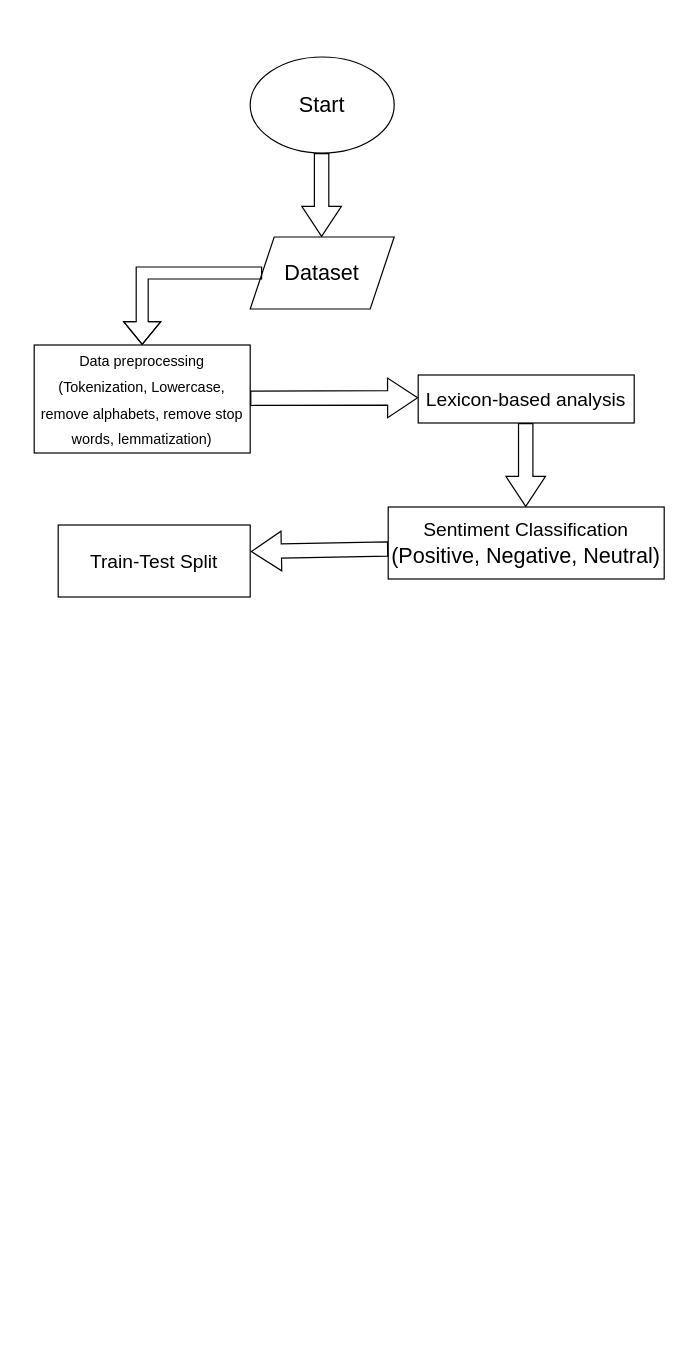
chooikeenyu/SAVED keeps this draw.io diagram as Untitled Diagram.drawio. Above is the earlier version. Source tidied: cells renumbered, new cells numbered last; positions are measured from the earlier drawing's top-left corner, leaving out a move shared by most shapes. Both pictures are drawn from the tidied source at 120%, with x=0, y=0 at pixel (34, 56).
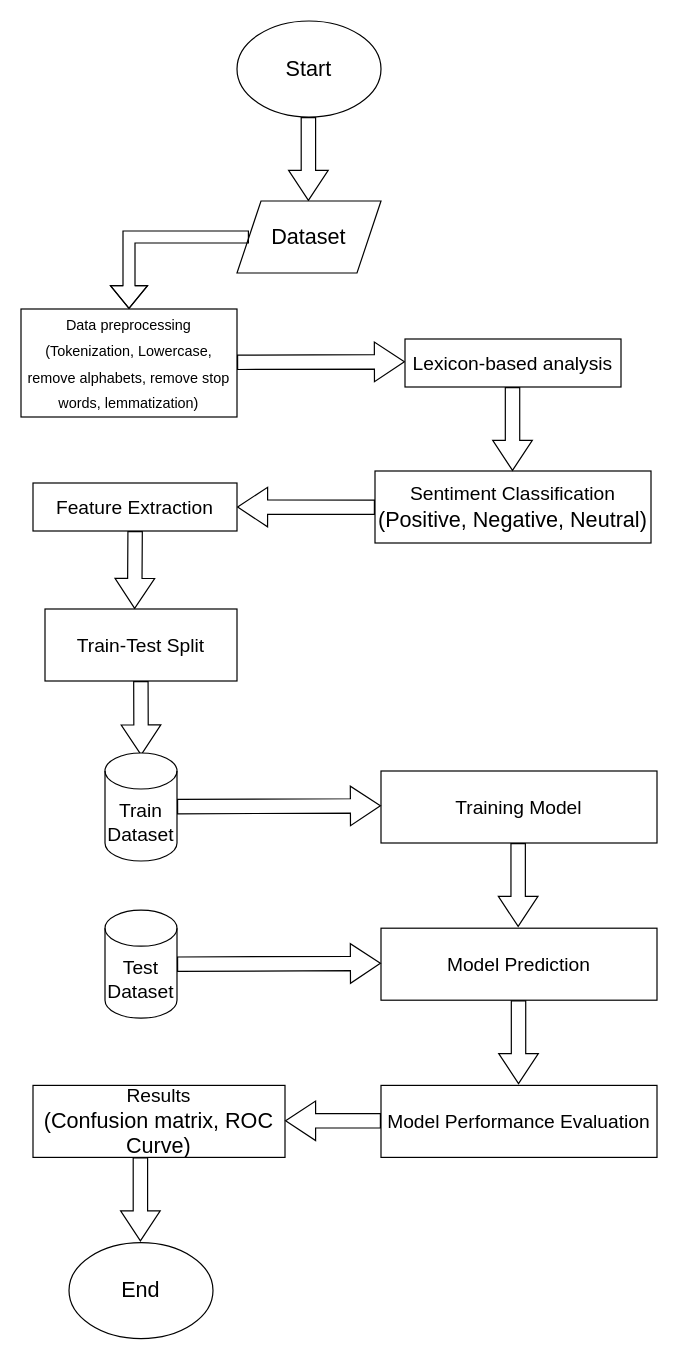
The same diagram, later.

Diff of the diagram source:
```diff
@@
+    <mxCell id="13" style="group;" parent="1" vertex="1">
+      <mxGeometry x="-11" y="-30" width="530" height="1100" as="geometry" />
+    </mxCell>
-    <mxCell id="2" value="&lt;font style=&quot;font-size: 18px&quot;&gt;Start&lt;/font&gt;" style="ellipse;whiteSpace=wrap;html=1;" parent="1" vertex="1">
+    <mxCell id="2" value="&lt;font style=&quot;font-size: 18px&quot;&gt;Start&lt;/font&gt;" style="ellipse;whiteSpace=wrap;html=1;" parent="13" vertex="1">
       <mxGeometry x="180" width="120" height="80" as="geometry" />
     </mxCell>
-    <mxCell id="3" style="shape=flexArrow;endArrow=classic;html=1;rounded=0;fontSize=18;width=12;endSize=8;" parent="1" edge="1">
+    <mxCell id="3" style="shape=flexArrow;endArrow=classic;html=1;rounded=0;fontSize=18;width=12;endSize=8;" parent="13" edge="1">
       <mxGeometry relative="1" as="geometry">
         <mxPoint x="239.5" y="80" as="sourcePoint" />
         <mxPoint x="239.5" y="150" as="targetPoint" />
       </mxGeometry>
     </mxCell>
-    <mxCell id="4" value="Dataset" style="shape=parallelogram;perimeter=parallelogramPerimeter;whiteSpace=wrap;html=1;fixedSize=1;fontSize=18;" parent="1" vertex="1">
+    <mxCell id="4" value="Dataset" style="shape=parallelogram;perimeter=parallelogramPerimeter;whiteSpace=wrap;html=1;fixedSize=1;fontSize=18;" parent="13" vertex="1">
       <mxGeometry x="180" y="150" width="120" height="60" as="geometry" />
     </mxCell>
-    <mxCell id="5" style="edgeStyle=segmentEdgeStyle;endArrow=classic;html=1;fontSize=18;rounded=0;shape=flexArrow;" parent="1" edge="1">
+    <mxCell id="5" style="edgeStyle=segmentEdgeStyle;endArrow=classic;html=1;fontSize=18;rounded=0;shape=flexArrow;" parent="13" edge="1">
       <mxGeometry relative="1" as="geometry">
         <mxPoint x="190" y="180" as="sourcePoint" />
         <mxPoint x="90" y="240" as="targetPoint" />
       </mxGeometry>
     </mxCell>
-    <mxCell id="6" value="&lt;font style=&quot;font-size: 12px&quot;&gt;Data preprocessing&lt;br&gt;(Tokenization, Lowercase, remove alphabets, remove stop words, lemmatization)&lt;br&gt;&lt;/font&gt;" style="rounded=0;whiteSpace=wrap;html=1;fontSize=18;" parent="1" vertex="1">
+    <mxCell id="6" value="&lt;font style=&quot;font-size: 12px&quot;&gt;Data preprocessing&lt;br&gt;(Tokenization, Lowercase, remove alphabets, remove stop words, lemmatization)&lt;br&gt;&lt;/font&gt;" style="rounded=0;whiteSpace=wrap;html=1;fontSize=18;" parent="13" vertex="1">
       <mxGeometry y="240" width="180" height="90" as="geometry" />
     </mxCell>
-    <mxCell id="7" style="shape=flexArrow;endArrow=classic;html=1;rounded=0;fontSize=18;width=12;endSize=8;" parent="1" edge="1">
+    <mxCell id="7" style="shape=flexArrow;endArrow=classic;html=1;rounded=0;fontSize=18;width=12;endSize=8;" parent="13" edge="1">
       <mxGeometry relative="1" as="geometry">
         <mxPoint x="180" y="284.4" as="sourcePoint" />
         <mxPoint x="320" y="284" as="targetPoint" />
       </mxGeometry>
     </mxCell>
-    <mxCell id="8" value="&lt;font&gt;&lt;font style=&quot;font-size: 16px&quot;&gt;Lexicon-based analysis&lt;/font&gt;&lt;br&gt;&lt;/font&gt;" style="rounded=0;whiteSpace=wrap;html=1;fontSize=18;" parent="1" vertex="1">
+    <mxCell id="8" value="&lt;font&gt;&lt;font style=&quot;font-size: 16px&quot;&gt;Lexicon-based analysis&lt;/font&gt;&lt;br&gt;&lt;/font&gt;" style="rounded=0;whiteSpace=wrap;html=1;fontSize=18;" parent="13" vertex="1">
       <mxGeometry x="320" y="265" width="180" height="40" as="geometry" />
     </mxCell>
-    <mxCell id="9" value="&lt;font&gt;&lt;font style=&quot;font-size: 16px&quot;&gt;Sentiment Classification&lt;br&gt;&lt;/font&gt;(Positive, Negative, Neutral)&lt;br&gt;&lt;/font&gt;" style="rounded=0;whiteSpace=wrap;html=1;fontSize=18;" parent="1" vertex="1">
+    <mxCell id="9" value="&lt;font&gt;&lt;font style=&quot;font-size: 16px&quot;&gt;Sentiment Classification&lt;br&gt;&lt;/font&gt;(Positive, Negative, Neutral)&lt;br&gt;&lt;/font&gt;" style="rounded=0;whiteSpace=wrap;html=1;fontSize=18;" parent="13" vertex="1">
       <mxGeometry x="295" y="375" width="230" height="60" as="geometry" />
     </mxCell>
-    <mxCell id="10" style="shape=flexArrow;endArrow=classic;html=1;rounded=0;fontSize=18;width=12;endSize=8;" parent="1" edge="1">
+    <mxCell id="10" style="shape=flexArrow;endArrow=classic;html=1;rounded=0;fontSize=18;width=12;endSize=8;" parent="13" edge="1">
       <mxGeometry relative="1" as="geometry">
         <mxPoint x="409.6" y="305" as="sourcePoint" />
         <mxPoint x="409.6" y="375" as="targetPoint" />
       </mxGeometry>
     </mxCell>
-    <mxCell id="11" style="shape=flexArrow;endArrow=classic;html=1;rounded=0;fontSize=18;width=12;endSize=8;entryX=1.003;entryY=0.369;entryDx=0;entryDy=0;entryPerimeter=0;" parent="1" edge="1" target="12">
-      <mxGeometry relative="1" as="geometry">
-        <mxPoint x="295" y="410" as="sourcePoint" />
-      </mxGeometry>
-    </mxCell>
+    <mxCell id="14" style="shape=flexArrow;endArrow=classic;html=1;rounded=0;fontSize=18;width=12;endSize=8;entryX=1;entryY=0.5;entryDx=0;entryDy=0;" parent="13" edge="1" target="15">
+      <mxGeometry relative="1" as="geometry">
+        <mxPoint x="295" y="405.2" as="sourcePoint" />
+      </mxGeometry>
+    </mxCell>
+    <mxCell id="15" value="&lt;font&gt;&lt;font style=&quot;font-size: 16px&quot;&gt;Feature Extraction&lt;/font&gt;&lt;br&gt;&lt;/font&gt;" style="rounded=0;whiteSpace=wrap;html=1;fontSize=18;" parent="13" vertex="1">
+      <mxGeometry x="10" y="385" width="170" height="40" as="geometry" />
+    </mxCell>
+    <mxCell id="16" style="shape=flexArrow;endArrow=classic;html=1;rounded=0;fontSize=18;width=12;endSize=8;" parent="13" edge="1">
+      <mxGeometry relative="1" as="geometry">
+        <mxPoint x="95.1" y="425" as="sourcePoint" />
+        <mxPoint x="94.7" y="490" as="targetPoint" />
+      </mxGeometry>
+    </mxCell>
+    <mxCell id="17" value="&lt;font&gt;&lt;span style=&quot;font-size: 16px&quot;&gt;Training Model&lt;/span&gt;&lt;br&gt;&lt;/font&gt;" style="rounded=0;whiteSpace=wrap;html=1;fontSize=18;" parent="13" vertex="1">
+      <mxGeometry x="300" y="625" width="230" height="60" as="geometry" />
+    </mxCell>
+    <mxCell id="18" value="&lt;font&gt;&lt;span style=&quot;font-size: 16px&quot;&gt;Model Prediction&lt;/span&gt;&lt;br&gt;&lt;/font&gt;" style="rounded=0;whiteSpace=wrap;html=1;fontSize=18;" parent="13" vertex="1">
+      <mxGeometry x="300" y="756" width="230" height="60" as="geometry" />
+    </mxCell>
+    <mxCell id="19" value="&lt;font&gt;&lt;span style=&quot;font-size: 16px&quot;&gt;Model Performance Evaluation&lt;/span&gt;&lt;br&gt;&lt;/font&gt;" style="rounded=0;whiteSpace=wrap;html=1;fontSize=18;" parent="13" vertex="1">
+      <mxGeometry x="300" y="887" width="230" height="60" as="geometry" />
+    </mxCell>
+    <mxCell id="20" value="&lt;font&gt;&lt;span style=&quot;font-size: 16px&quot;&gt;Results&lt;br&gt;&lt;/span&gt;(Confusion matrix, ROC Curve)&lt;br&gt;&lt;/font&gt;" style="rounded=0;whiteSpace=wrap;html=1;fontSize=18;" parent="13" vertex="1">
+      <mxGeometry x="10" y="887" width="210" height="60" as="geometry" />
+    </mxCell>
-    <mxCell id="12" value="Train-Test Split" style="rounded=0;whiteSpace=wrap;html=1;fontSize=16;" parent="1" vertex="1">
-      <mxGeometry x="20" y="390" width="160" height="60" as="geometry" />
+    <mxCell id="12" value="Train-Test Split" style="rounded=0;whiteSpace=wrap;html=1;fontSize=16;" parent="13" vertex="1">
+      <mxGeometry x="20" y="490" width="160" height="60" as="geometry" />
     </mxCell>
+    <mxCell id="21" style="shape=flexArrow;endArrow=classic;html=1;rounded=0;fontSize=18;width=12;endSize=8;entryX=1.003;entryY=0.369;entryDx=0;entryDy=0;entryPerimeter=0;" parent="13" edge="1">
+      <mxGeometry relative="1" as="geometry">
+        <mxPoint x="99.9" y="550" as="sourcePoint" />
+        <mxPoint x="100.1" y="612.1" as="targetPoint" />
+      </mxGeometry>
+    </mxCell>
+    <mxCell id="22" value="Train Dataset" style="shape=cylinder3;whiteSpace=wrap;html=1;boundedLbl=1;backgroundOutline=1;size=15;fontSize=16;" parent="13" vertex="1">
+      <mxGeometry x="70" y="610" width="60" height="90" as="geometry" />
+    </mxCell>
+    <mxCell id="23" style="shape=flexArrow;endArrow=classic;html=1;rounded=0;fontSize=18;width=12;endSize=8;" parent="13" edge="1">
+      <mxGeometry relative="1" as="geometry">
+        <mxPoint x="130" y="654.7" as="sourcePoint" />
+        <mxPoint x="300" y="654" as="targetPoint" />
+      </mxGeometry>
+    </mxCell>
+    <mxCell id="24" style="shape=flexArrow;endArrow=classic;html=1;rounded=0;fontSize=18;width=12;endSize=8;" parent="13" edge="1">
+      <mxGeometry relative="1" as="geometry">
+        <mxPoint x="414.3" y="685" as="sourcePoint" />
+        <mxPoint x="414.3" y="755" as="targetPoint" />
+      </mxGeometry>
+    </mxCell>
+    <mxCell id="25" value="Test Dataset" style="shape=cylinder3;whiteSpace=wrap;html=1;boundedLbl=1;backgroundOutline=1;size=15;fontSize=16;" parent="13" vertex="1">
+      <mxGeometry x="70" y="741" width="60" height="90" as="geometry" />
+    </mxCell>
+    <mxCell id="26" style="shape=flexArrow;endArrow=classic;html=1;rounded=0;fontSize=18;width=12;endSize=8;" parent="13" edge="1">
+      <mxGeometry relative="1" as="geometry">
+        <mxPoint x="414.6" y="816" as="sourcePoint" />
+        <mxPoint x="414.6" y="886" as="targetPoint" />
+      </mxGeometry>
+    </mxCell>
+    <mxCell id="27" style="shape=flexArrow;endArrow=classic;html=1;rounded=0;fontSize=18;width=12;endSize=8;" parent="13" edge="1">
+      <mxGeometry relative="1" as="geometry">
+        <mxPoint x="300" y="916.5" as="sourcePoint" />
+        <mxPoint x="220" y="916.5" as="targetPoint" />
+      </mxGeometry>
+    </mxCell>
+    <mxCell id="28" style="shape=flexArrow;endArrow=classic;html=1;rounded=0;fontSize=18;width=12;endSize=8;" parent="13" edge="1">
+      <mxGeometry relative="1" as="geometry">
+        <mxPoint x="99.5" y="947" as="sourcePoint" />
+        <mxPoint x="99.5" y="1017" as="targetPoint" />
+      </mxGeometry>
+    </mxCell>
+    <mxCell id="29" value="&lt;font style=&quot;font-size: 18px&quot;&gt;End&lt;/font&gt;" style="ellipse;whiteSpace=wrap;html=1;" parent="13" vertex="1">
+      <mxGeometry x="40" y="1018" width="120" height="80" as="geometry" />
+    </mxCell>
+    <mxCell id="30" style="shape=flexArrow;endArrow=classic;html=1;rounded=0;fontSize=18;width=12;endSize=8;" parent="13" edge="1">
+      <mxGeometry relative="1" as="geometry">
+        <mxPoint x="130" y="786" as="sourcePoint" />
+        <mxPoint x="300" y="785.3" as="targetPoint" />
+      </mxGeometry>
+    </mxCell>
```
